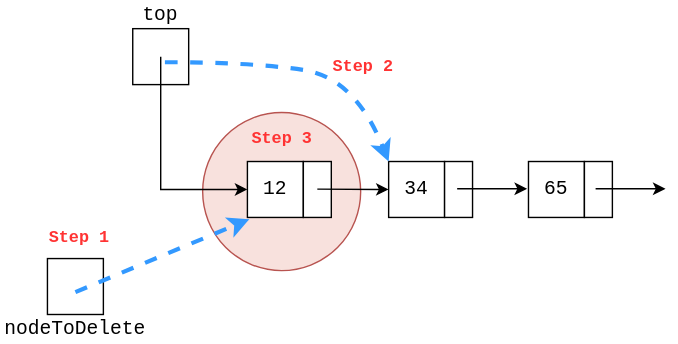
Before: public/diagrams/stack-ll-pop.svg, a diagram exported from draw.io (datkumar/code-journal). Source tidied: cells renumbered, new cells last; positions are measured from the earlier drawing's top-left corner, leaving out a move shared by most shapes. Its diagram source:
```xml
<mxGraphModel background="#ffffff">
  <root>
    <mxCell id="0" />
    <mxCell id="1" parent="0" />
    <mxCell id="2" style="ellipse;whiteSpace=wrap;html=1;fillColor=#F8E1DD;strokeColor=#b85450;fontFamily=Courier New;" parent="1" vertex="1">
      <mxGeometry x="144" y="80" width="113" height="113" as="geometry" />
    </mxCell>
    <mxCell id="3" style="rounded=0;whiteSpace=wrap;html=1;fontFamily=Courier New;fontSize=14;" parent="1" vertex="1">
      <mxGeometry x="94" y="20" width="40" height="40" as="geometry" />
    </mxCell>
    <mxCell id="4" value="top" style="text;html=1;align=center;verticalAlign=middle;whiteSpace=wrap;rounded=0;fontFamily=Courier New;fontSize=14;" parent="1" vertex="1">
      <mxGeometry x="94" width="40" height="20" as="geometry" />
    </mxCell>
    <mxCell id="5" style="rounded=0;whiteSpace=wrap;html=1;fontFamily=Courier New;fontSize=14;" parent="1" vertex="1">
      <mxGeometry x="176" y="115" width="40" height="40" as="geometry" />
    </mxCell>
    <mxCell id="6" style="rounded=0;whiteSpace=wrap;html=1;fontFamily=Courier New;" parent="1" vertex="1">
      <mxGeometry x="216" y="115" width="20" height="40" as="geometry" />
    </mxCell>
    <mxCell id="7" style="endArrow=classic;html=1;rounded=0;entryX=0;entryY=0.5;entryDx=0;entryDy=0;exitX=0.5;exitY=0.5;exitDx=0;exitDy=0;exitPerimeter=0;fontFamily=Courier New;" parent="1" edge="1" source="3" target="5">
      <mxGeometry relative="1" as="geometry">
        <Array as="points">
          <mxPoint x="114" y="135" />
        </Array>
      </mxGeometry>
    </mxCell>
    <mxCell id="8" style="rounded=0;whiteSpace=wrap;html=1;fontFamily=Courier New;fontSize=14;" parent="1" vertex="1">
      <mxGeometry x="277" y="115" width="40" height="40" as="geometry" />
    </mxCell>
    <mxCell id="9" style="rounded=0;whiteSpace=wrap;html=1;fontFamily=Courier New;" parent="1" vertex="1">
      <mxGeometry x="317" y="115" width="20" height="40" as="geometry" />
    </mxCell>
    <mxCell id="10" style="rounded=0;whiteSpace=wrap;html=1;fontFamily=Courier New;fontSize=14;" parent="1" vertex="1">
      <mxGeometry x="377" y="115" width="40" height="40" as="geometry" />
    </mxCell>
    <mxCell id="11" style="rounded=0;whiteSpace=wrap;html=1;fontFamily=Courier New;" parent="1" vertex="1">
      <mxGeometry x="417" y="115" width="20" height="40" as="geometry" />
    </mxCell>
    <mxCell id="12" style="endArrow=classic;html=1;rounded=0;entryX=0;entryY=0.5;entryDx=0;entryDy=0;fontFamily=Courier New;" parent="1" edge="1">
      <mxGeometry relative="1" as="geometry">
        <mxPoint x="326" y="134.5" as="sourcePoint" />
        <mxPoint x="376" y="134.5" as="targetPoint" />
      </mxGeometry>
    </mxCell>
    <mxCell id="13" value="12" style="text;html=1;align=center;verticalAlign=middle;whiteSpace=wrap;rounded=0;fontSize=14;fontFamily=Courier New;" parent="1" vertex="1">
      <mxGeometry x="181" y="120" width="30" height="30" as="geometry" />
    </mxCell>
    <mxCell id="14" value="34" style="text;html=1;align=center;verticalAlign=middle;whiteSpace=wrap;rounded=0;fontSize=14;fontFamily=Courier New;" parent="1" vertex="1">
      <mxGeometry x="282" y="120" width="30" height="30" as="geometry" />
    </mxCell>
    <mxCell id="15" value="65" style="text;html=1;align=center;verticalAlign=middle;whiteSpace=wrap;rounded=0;fontSize=14;fontFamily=Courier New;" parent="1" vertex="1">
      <mxGeometry x="382" y="120" width="30" height="30" as="geometry" />
    </mxCell>
    <mxCell id="16" style="endArrow=classic;html=1;rounded=0;fontFamily=Courier New;" parent="1" edge="1">
      <mxGeometry relative="1" as="geometry">
        <mxPoint x="425" y="134.5" as="sourcePoint" />
        <mxPoint x="475" y="134.5" as="targetPoint" />
      </mxGeometry>
    </mxCell>
    <mxCell id="17" style="rounded=0;whiteSpace=wrap;html=1;fontFamily=Courier New;fontSize=14;" parent="1" vertex="1">
      <mxGeometry x="33" y="184.4" width="40" height="40" as="geometry" />
    </mxCell>
    <mxCell id="18" style="endArrow=classic;html=1;rounded=0;entryX=0;entryY=0.5;entryDx=0;entryDy=0;fontFamily=Courier New;" parent="1" edge="1" target="8">
      <mxGeometry relative="1" as="geometry">
        <mxPoint x="226" y="134.8" as="sourcePoint" />
      </mxGeometry>
    </mxCell>
    <mxCell id="19" value="Step 2" style="text;html=1;align=center;verticalAlign=middle;whiteSpace=wrap;rounded=0;rotation=0;fontStyle=1;fontFamily=Courier New;fontColor=#FF3333;" parent="1" vertex="1">
      <mxGeometry x="229" y="34" width="60" height="28" as="geometry" />
    </mxCell>
    <mxCell id="20" value="&lt;font color=&quot;#ff3333&quot;&gt;Step 1&lt;/font&gt;" style="text;html=1;align=center;verticalAlign=middle;whiteSpace=wrap;rounded=0;rotation=0;fontStyle=1;fontFamily=Courier New;" parent="1" vertex="1">
      <mxGeometry x="26" y="159" width="60" height="22" as="geometry" />
    </mxCell>
    <mxCell id="21" style="curved=1;endArrow=classic;html=1;rounded=0;entryX=0;entryY=0;entryDx=0;entryDy=0;dashed=1;strokeColor=#3399FF;strokeWidth=3;fontFamily=Courier New;" parent="1" edge="1" target="8">
      <mxGeometry relative="1" as="geometry">
        <mxPoint x="117" y="44" as="sourcePoint" />
        <Array as="points">
          <mxPoint x="179" y="44" />
          <mxPoint x="253" y="55" />
        </Array>
      </mxGeometry>
    </mxCell>
    <mxCell id="22" value="nodeToDelete" style="text;html=1;align=center;verticalAlign=middle;whiteSpace=wrap;rounded=0;fontFamily=Courier New;fontSize=14;" parent="1" vertex="1">
      <mxGeometry y="225.4" width="106" height="20" as="geometry" />
    </mxCell>
    <mxCell id="23" style="endArrow=classic;html=1;rounded=0;entryX=-0.12;entryY=1.207;entryDx=0;entryDy=0;entryPerimeter=0;strokeColor=#3399FF;strokeWidth=3;dashed=1;fontFamily=Courier New;" parent="1" edge="1" target="13">
      <mxGeometry relative="1" as="geometry">
        <mxPoint x="53" y="208.4" as="sourcePoint" />
      </mxGeometry>
    </mxCell>
    <mxCell id="24" value="Step 3" style="text;html=1;align=center;verticalAlign=middle;whiteSpace=wrap;rounded=0;rotation=0;fontStyle=1;fontFamily=Courier New;fontColor=#FF3333;" parent="1" vertex="1">
      <mxGeometry x="170.5" y="85" width="60" height="28" as="geometry" />
    </mxCell>
  </root>
</mxGraphModel>
```
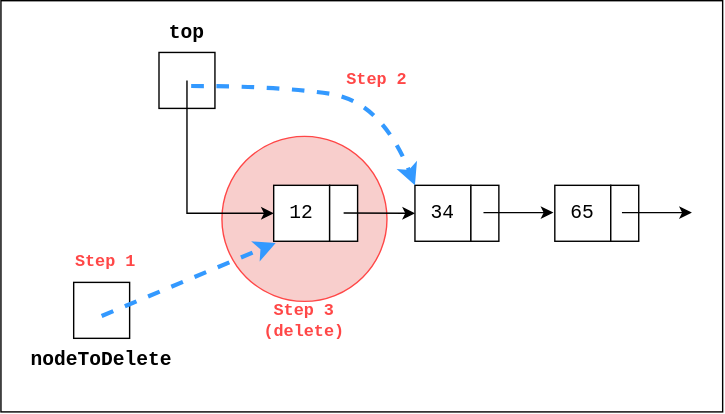
After the change.

What changed in the source:
```diff
@@ -1,77 +1,80 @@
-<mxGraphModel background="#ffffff">
+<mxGraphModel background="light-dark(#FFFFFF,#FFFFFF)">
   <root>
     <mxCell id="0" />
     <mxCell id="1" parent="0" />
+    <mxCell id="25" style="rounded=0;whiteSpace=wrap;html=1;strokeColor=light-dark(#000000,#000000);fillStyle=solid;fillColor=light-dark(#FFFFFF,#FFFFFF);fontFamily=monospace;fontColor=light-dark(#000000,#000000);" parent="1" vertex="1">
+      <mxGeometry x="-19" y="-17" width="516" height="294" as="geometry" />
+    </mxCell>
-    <mxCell id="2" style="ellipse;whiteSpace=wrap;html=1;fillColor=#F8E1DD;strokeColor=#b85450;fontFamily=Courier New;" parent="1" vertex="1">
-      <mxGeometry x="144" y="80" width="113" height="113" as="geometry" />
+    <mxCell id="2" style="ellipse;whiteSpace=wrap;html=1;fillColor=light-dark(#F8CECC,#F8CECC);strokeColor=light-dark(#FF4747,#FF4747);fontFamily=monospace;fontColor=light-dark(#000000,#000000);fillStyle=solid;" parent="1" vertex="1">
+      <mxGeometry x="139" y="80" width="118" height="118" as="geometry" />
     </mxCell>
-    <mxCell id="3" style="rounded=0;whiteSpace=wrap;html=1;fontFamily=Courier New;fontSize=14;" parent="1" vertex="1">
+    <mxCell id="3" style="rounded=0;whiteSpace=wrap;html=1;fontFamily=monospace;fontSize=14;fillColor=light-dark(#FFFFFF,#FFFFFF);strokeColor=light-dark(#000000,#000000);fontColor=light-dark(#000000,#000000);" parent="1" vertex="1">
       <mxGeometry x="94" y="20" width="40" height="40" as="geometry" />
     </mxCell>
-    <mxCell id="4" value="top" style="text;html=1;align=center;verticalAlign=middle;whiteSpace=wrap;rounded=0;fontFamily=Courier New;fontSize=14;" parent="1" vertex="1">
-      <mxGeometry x="94" width="40" height="20" as="geometry" />
+    <mxCell id="4" value="top" style="text;html=1;align=center;verticalAlign=middle;whiteSpace=wrap;rounded=0;fontFamily=monospace;fontSize=14;fontStyle=1;strokeColor=none;fontColor=light-dark(#000000,#000000);" parent="1" vertex="1">
+      <mxGeometry x="94" y="-4" width="40" height="20" as="geometry" />
     </mxCell>
-    <mxCell id="5" style="rounded=0;whiteSpace=wrap;html=1;fontFamily=Courier New;fontSize=14;" parent="1" vertex="1">
+    <mxCell id="5" style="rounded=0;whiteSpace=wrap;html=1;fontFamily=monospace;fontSize=14;fillColor=light-dark(#FFFFFF,#FFFFFF);strokeColor=light-dark(#000000,#000000);fontColor=light-dark(#000000,#000000);" parent="1" vertex="1">
       <mxGeometry x="176" y="115" width="40" height="40" as="geometry" />
     </mxCell>
-    <mxCell id="6" style="rounded=0;whiteSpace=wrap;html=1;fontFamily=Courier New;" parent="1" vertex="1">
+    <mxCell id="6" style="rounded=0;whiteSpace=wrap;html=1;fontFamily=monospace;fillColor=light-dark(#FFFFFF,#FFFFFF);strokeColor=light-dark(#000000,#000000);fontColor=light-dark(#000000,#000000);" parent="1" vertex="1">
       <mxGeometry x="216" y="115" width="20" height="40" as="geometry" />
     </mxCell>
-    <mxCell id="7" style="endArrow=classic;html=1;rounded=0;entryX=0;entryY=0.5;entryDx=0;entryDy=0;exitX=0.5;exitY=0.5;exitDx=0;exitDy=0;exitPerimeter=0;fontFamily=Courier New;" parent="1" edge="1" source="3" target="5">
+    <mxCell id="7" style="endArrow=classic;html=1;rounded=0;entryX=0;entryY=0.5;entryDx=0;entryDy=0;exitX=0.5;exitY=0.5;exitDx=0;exitDy=0;exitPerimeter=0;fontFamily=monospace;strokeColor=light-dark(#000000,#000000);fontColor=light-dark(#000000,#000000);" parent="1" edge="1" source="3" target="5">
       <mxGeometry relative="1" as="geometry">
         <Array as="points">
           <mxPoint x="114" y="135" />
         </Array>
       </mxGeometry>
     </mxCell>
-    <mxCell id="8" style="rounded=0;whiteSpace=wrap;html=1;fontFamily=Courier New;fontSize=14;" parent="1" vertex="1">
+    <mxCell id="8" style="rounded=0;whiteSpace=wrap;html=1;fontFamily=monospace;fontSize=14;fillColor=light-dark(#FFFFFF,#FFFFFF);strokeColor=light-dark(#000000,#000000);fontColor=light-dark(#000000,#000000);" parent="1" vertex="1">
       <mxGeometry x="277" y="115" width="40" height="40" as="geometry" />
     </mxCell>
-    <mxCell id="9" style="rounded=0;whiteSpace=wrap;html=1;fontFamily=Courier New;" parent="1" vertex="1">
+    <mxCell id="9" style="rounded=0;whiteSpace=wrap;html=1;fontFamily=monospace;fillColor=light-dark(#FFFFFF,#FFFFFF);strokeColor=light-dark(#000000,#000000);fontColor=light-dark(#000000,#000000);" parent="1" vertex="1">
       <mxGeometry x="317" y="115" width="20" height="40" as="geometry" />
     </mxCell>
-    <mxCell id="10" style="rounded=0;whiteSpace=wrap;html=1;fontFamily=Courier New;fontSize=14;" parent="1" vertex="1">
+    <mxCell id="10" style="rounded=0;whiteSpace=wrap;html=1;fontFamily=monospace;fontSize=14;fillColor=light-dark(#FFFFFF,#FFFFFF);strokeColor=light-dark(#000000,#000000);fontColor=light-dark(#000000,#000000);" parent="1" vertex="1">
       <mxGeometry x="377" y="115" width="40" height="40" as="geometry" />
     </mxCell>
-    <mxCell id="11" style="rounded=0;whiteSpace=wrap;html=1;fontFamily=Courier New;" parent="1" vertex="1">
+    <mxCell id="11" style="rounded=0;whiteSpace=wrap;html=1;fontFamily=monospace;fillColor=light-dark(#FFFFFF,#FFFFFF);strokeColor=light-dark(#000000,#000000);fontColor=light-dark(#000000,#000000);" parent="1" vertex="1">
       <mxGeometry x="417" y="115" width="20" height="40" as="geometry" />
     </mxCell>
-    <mxCell id="12" style="endArrow=classic;html=1;rounded=0;entryX=0;entryY=0.5;entryDx=0;entryDy=0;fontFamily=Courier New;" parent="1" edge="1">
+    <mxCell id="12" style="endArrow=classic;html=1;rounded=0;entryX=0;entryY=0.5;entryDx=0;entryDy=0;fontFamily=monospace;strokeColor=light-dark(#000000,#000000);fontColor=light-dark(#000000,#000000);" parent="1" edge="1">
       <mxGeometry relative="1" as="geometry">
         <mxPoint x="326" y="134.5" as="sourcePoint" />
         <mxPoint x="376" y="134.5" as="targetPoint" />
       </mxGeometry>
     </mxCell>
-    <mxCell id="13" value="12" style="text;html=1;align=center;verticalAlign=middle;whiteSpace=wrap;rounded=0;fontSize=14;fontFamily=Courier New;" parent="1" vertex="1">
+    <mxCell id="13" value="12" style="text;html=1;align=center;verticalAlign=middle;whiteSpace=wrap;rounded=0;fontSize=14;fontFamily=monospace;fillColor=light-dark(#FFFFFF,#FFFFFF);strokeColor=none;fontColor=light-dark(#000000,#000000);" parent="1" vertex="1">
       <mxGeometry x="181" y="120" width="30" height="30" as="geometry" />
     </mxCell>
-    <mxCell id="14" value="34" style="text;html=1;align=center;verticalAlign=middle;whiteSpace=wrap;rounded=0;fontSize=14;fontFamily=Courier New;" parent="1" vertex="1">
+    <mxCell id="14" value="34" style="text;html=1;align=center;verticalAlign=middle;whiteSpace=wrap;rounded=0;fontSize=14;fontFamily=monospace;fillColor=light-dark(#FFFFFF,#FFFFFF);strokeColor=none;fontColor=light-dark(#000000,#000000);" parent="1" vertex="1">
       <mxGeometry x="282" y="120" width="30" height="30" as="geometry" />
     </mxCell>
-    <mxCell id="15" value="65" style="text;html=1;align=center;verticalAlign=middle;whiteSpace=wrap;rounded=0;fontSize=14;fontFamily=Courier New;" parent="1" vertex="1">
+    <mxCell id="15" value="65" style="text;html=1;align=center;verticalAlign=middle;whiteSpace=wrap;rounded=0;fontSize=14;fontFamily=monospace;fillColor=light-dark(#FFFFFF,#FFFFFF);strokeColor=none;fontColor=light-dark(#000000,#000000);" parent="1" vertex="1">
       <mxGeometry x="382" y="120" width="30" height="30" as="geometry" />
     </mxCell>
-    <mxCell id="16" style="endArrow=classic;html=1;rounded=0;fontFamily=Courier New;" parent="1" edge="1">
+    <mxCell id="16" style="endArrow=classic;html=1;rounded=0;fontFamily=monospace;strokeColor=light-dark(#000000,#000000);fontColor=light-dark(#000000,#000000);" parent="1" edge="1">
       <mxGeometry relative="1" as="geometry">
         <mxPoint x="425" y="134.5" as="sourcePoint" />
         <mxPoint x="475" y="134.5" as="targetPoint" />
       </mxGeometry>
     </mxCell>
-    <mxCell id="17" style="rounded=0;whiteSpace=wrap;html=1;fontFamily=Courier New;fontSize=14;" parent="1" vertex="1">
+    <mxCell id="17" style="rounded=0;whiteSpace=wrap;html=1;fontFamily=monospace;fontSize=14;fillColor=light-dark(#FFFFFF,#FFFFFF);strokeColor=light-dark(#000000,#000000);fontColor=light-dark(#000000,#000000);" parent="1" vertex="1">
       <mxGeometry x="33" y="184.4" width="40" height="40" as="geometry" />
     </mxCell>
-    <mxCell id="18" style="endArrow=classic;html=1;rounded=0;entryX=0;entryY=0.5;entryDx=0;entryDy=0;fontFamily=Courier New;" parent="1" edge="1" target="8">
+    <mxCell id="18" style="endArrow=classic;html=1;rounded=0;entryX=0;entryY=0.5;entryDx=0;entryDy=0;fontFamily=monospace;strokeColor=light-dark(#000000,#000000);fontColor=light-dark(#000000,#000000);" parent="1" edge="1" target="8">
       <mxGeometry relative="1" as="geometry">
         <mxPoint x="226" y="134.8" as="sourcePoint" />
       </mxGeometry>
     </mxCell>
-    <mxCell id="19" value="Step 2" style="text;html=1;align=center;verticalAlign=middle;whiteSpace=wrap;rounded=0;rotation=0;fontStyle=1;fontFamily=Courier New;fontColor=#FF3333;" parent="1" vertex="1">
-      <mxGeometry x="229" y="34" width="60" height="28" as="geometry" />
+    <mxCell id="19" value="Step 2" style="text;html=1;align=center;verticalAlign=middle;whiteSpace=wrap;rounded=0;rotation=0;fontStyle=1;fontFamily=monospace;fontColor=light-dark(#FF4747,#FF4747);strokeColor=none;" parent="1" vertex="1">
+      <mxGeometry x="220" y="26" width="60" height="28" as="geometry" />
     </mxCell>
-    <mxCell id="20" value="&lt;font color=&quot;#ff3333&quot;&gt;Step 1&lt;/font&gt;" style="text;html=1;align=center;verticalAlign=middle;whiteSpace=wrap;rounded=0;rotation=0;fontStyle=1;fontFamily=Courier New;" parent="1" vertex="1">
+    <mxCell id="20" value="&lt;font&gt;Step 1&lt;/font&gt;" style="text;html=1;align=center;verticalAlign=middle;whiteSpace=wrap;rounded=0;rotation=0;fontStyle=1;fontFamily=monospace;strokeColor=none;fontColor=light-dark(#FF4747,#FF4747);" parent="1" vertex="1">
       <mxGeometry x="26" y="159" width="60" height="22" as="geometry" />
     </mxCell>
-    <mxCell id="21" style="curved=1;endArrow=classic;html=1;rounded=0;entryX=0;entryY=0;entryDx=0;entryDy=0;dashed=1;strokeColor=#3399FF;strokeWidth=3;fontFamily=Courier New;" parent="1" edge="1" target="8">
+    <mxCell id="21" style="curved=1;endArrow=classic;html=1;rounded=0;entryX=0;entryY=0;entryDx=0;entryDy=0;dashed=1;strokeColor=light-dark(#3399FF,#3399FF);strokeWidth=3;fontFamily=monospace;fontColor=light-dark(#000000,#000000);" parent="1" edge="1" target="8">
       <mxGeometry relative="1" as="geometry">
         <mxPoint x="117" y="44" as="sourcePoint" />
         <Array as="points">
@@ -80,16 +83,16 @@
         </Array>
       </mxGeometry>
     </mxCell>
-    <mxCell id="22" value="nodeToDelete" style="text;html=1;align=center;verticalAlign=middle;whiteSpace=wrap;rounded=0;fontFamily=Courier New;fontSize=14;" parent="1" vertex="1">
-      <mxGeometry y="225.4" width="106" height="20" as="geometry" />
+    <mxCell id="22" value="nodeToDelete" style="text;html=1;align=center;verticalAlign=middle;whiteSpace=wrap;rounded=0;fontFamily=monospace;fontSize=14;fontStyle=1;strokeColor=none;fontColor=light-dark(#000000,#000000);" parent="1" vertex="1">
+      <mxGeometry y="230" width="106" height="20" as="geometry" />
     </mxCell>
-    <mxCell id="23" style="endArrow=classic;html=1;rounded=0;entryX=-0.12;entryY=1.207;entryDx=0;entryDy=0;entryPerimeter=0;strokeColor=#3399FF;strokeWidth=3;dashed=1;fontFamily=Courier New;" parent="1" edge="1" target="13">
+    <mxCell id="23" style="endArrow=classic;html=1;rounded=0;entryX=-0.12;entryY=1.207;entryDx=0;entryDy=0;entryPerimeter=0;strokeColor=light-dark(#3399FF,#3399FF);strokeWidth=3;dashed=1;fontFamily=monospace;fontColor=light-dark(#000000,#000000);" parent="1" edge="1" target="13">
       <mxGeometry relative="1" as="geometry">
         <mxPoint x="53" y="208.4" as="sourcePoint" />
       </mxGeometry>
     </mxCell>
-    <mxCell id="24" value="Step 3" style="text;html=1;align=center;verticalAlign=middle;whiteSpace=wrap;rounded=0;rotation=0;fontStyle=1;fontFamily=Courier New;fontColor=#FF3333;" parent="1" vertex="1">
-      <mxGeometry x="170.5" y="85" width="60" height="28" as="geometry" />
+    <mxCell id="24" value="Step 3&lt;div&gt;(delete)&lt;/div&gt;" style="text;html=1;align=center;verticalAlign=middle;whiteSpace=wrap;rounded=0;rotation=0;fontStyle=1;fontFamily=monospace;fontColor=light-dark(#FF4747,#FF4747);strokeColor=none;" parent="1" vertex="1">
+      <mxGeometry x="168" y="198" width="60" height="28" as="geometry" />
     </mxCell>
   </root>
 </mxGraphModel>
```
